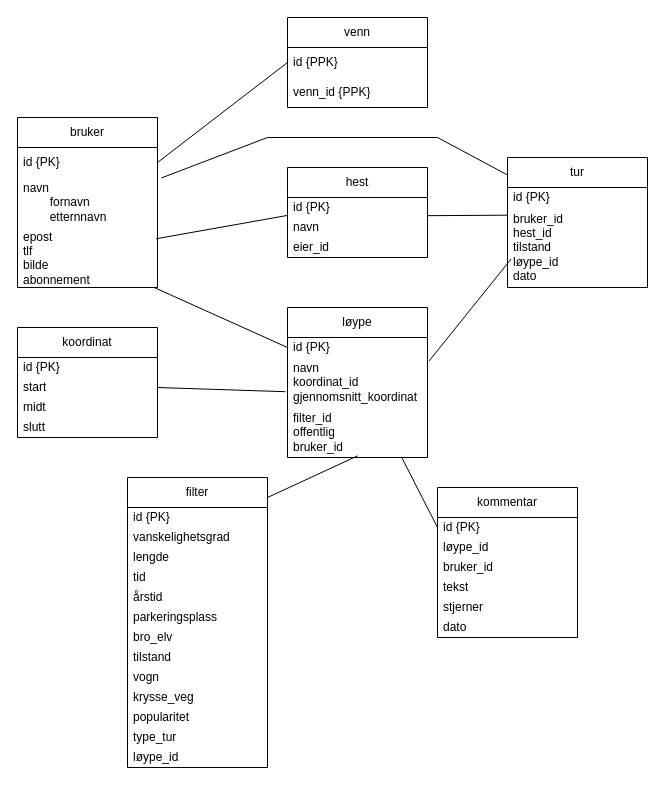
Before: Untitled Diagram.drawio in vildesk/HoplaDrawIO, a draw.io diagram. Source tidied: cells renumbered, new cells numbered last; positions are measured from the earlier drawing's top-left corner, leaving out a move shared by most shapes. Both pictures are drawn from the tidied source at 100%, with x=0, y=0 at pixel (17, 17).
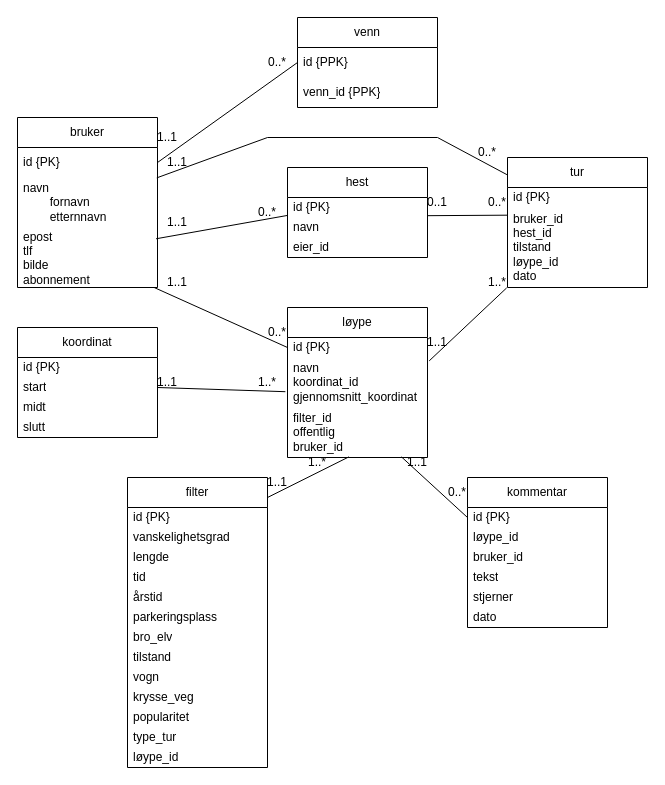
After the change.

Unchanged cells that the change refers to:
```xml
<mxCell id="4" value="navn&amp;nbsp;&lt;div&gt;&lt;span style=&quot;white-space: pre;&quot;&gt;&#9;&lt;/span&gt;fornavn&lt;br&gt;&lt;/div&gt;&lt;div&gt;&lt;span style=&quot;white-space: pre;&quot;&gt;&#9;&lt;/span&gt;etternnavn&lt;br&gt;&lt;/div&gt;" style="text;strokeColor=none;fillColor=none;align=left;verticalAlign=middle;spacingLeft=4;spacingRight=4;overflow=hidden;points=[[0,0.5],[1,0.5]];portConstraint=eastwest;whiteSpace=wrap;html=1;" parent="2" vertex="1">
  <mxGeometry y="60" width="140" height="50" as="geometry" />
</mxCell>
<mxCell id="9" value="tur" style="swimlane;fontStyle=0;horizontal=1;startSize=30;whiteSpace=wrap;html=1;" parent="1" vertex="1">
  <mxGeometry x="490" y="140" width="140" height="130" as="geometry" />
</mxCell>
<mxCell id="11" value="&lt;div&gt;bruker_id&lt;/div&gt;&lt;div&gt;hest_id&lt;/div&gt;&lt;div&gt;tilstand&lt;/div&gt;&lt;div&gt;løype_id&lt;/div&gt;&lt;div&gt;dato&lt;/div&gt;" style="text;strokeColor=none;fillColor=none;align=left;verticalAlign=middle;spacingLeft=4;spacingRight=4;overflow=hidden;points=[[0,0.5],[1,0.5]];portConstraint=eastwest;whiteSpace=wrap;html=1;" parent="9" vertex="1">
  <mxGeometry y="50" width="140" height="80" as="geometry" />
</mxCell>
<mxCell id="18" value="navn&amp;nbsp;&lt;div&gt;koordinat_id&lt;/div&gt;&lt;div&gt;gjennomsnitt_koordinat&lt;/div&gt;" style="text;strokeColor=none;fillColor=none;align=left;verticalAlign=middle;spacingLeft=4;spacingRight=4;overflow=hidden;points=[[0,0.5],[1,0.5]];portConstraint=eastwest;whiteSpace=wrap;html=1;" parent="16" vertex="1">
  <mxGeometry y="50" width="140" height="50" as="geometry" />
</mxCell>
<mxCell id="19" value="filter_id&lt;div&gt;offentlig&lt;/div&gt;&lt;div&gt;bruker_id&lt;/div&gt;" style="text;strokeColor=none;fillColor=none;align=left;verticalAlign=middle;spacingLeft=4;spacingRight=4;overflow=hidden;points=[[0,0.5],[1,0.5]];portConstraint=eastwest;whiteSpace=wrap;html=1;" parent="16" vertex="1">
  <mxGeometry y="100" width="140" height="50" as="geometry" />
</mxCell>
<mxCell id="25" value="filter" style="swimlane;fontStyle=0;horizontal=1;startSize=30;whiteSpace=wrap;html=1;" parent="1" vertex="1">
  <mxGeometry x="110" y="460" width="140" height="290" as="geometry" />
</mxCell>
```

Change to the diagram source:
```diff
@@
     <mxCell id="6" value="venn" style="swimlane;fontStyle=0;horizontal=1;startSize=30;whiteSpace=wrap;html=1;" parent="1" vertex="1">
-      <mxGeometry x="270" width="140" height="90" as="geometry" />
+      <mxGeometry x="280" width="140" height="90" as="geometry" />
     </mxCell>
@@
     <mxCell id="39" value="kommentar" style="swimlane;fontStyle=0;horizontal=1;startSize=30;whiteSpace=wrap;html=1;" parent="1" vertex="1">
-      <mxGeometry x="420" y="470" width="140" height="150" as="geometry" />
+      <mxGeometry x="450" y="460" width="140" height="150" as="geometry" />
     </mxCell>
@@
-    <mxCell id="47" style="endArrow=none;html=1;rounded=0;entryX=1;entryY=0.069;entryDx=0;entryDy=0;entryPerimeter=0;exitX=0.501;exitY=0.967;exitDx=0;exitDy=0;exitPerimeter=0;" parent="1" edge="1" source="19" target="25">
+    <mxCell id="47" style="endArrow=none;html=1;rounded=0;entryX=1;entryY=0.069;entryDx=0;entryDy=0;entryPerimeter=0;exitX=0.439;exitY=0.987;exitDx=0;exitDy=0;exitPerimeter=0;" parent="1" edge="1" source="19" target="25">
       <mxGeometry relative="1" as="geometry" />
     </mxCell>
@@
-    <mxCell id="52" style="endArrow=none;html=1;rounded=0;exitX=1.028;exitY=0.009;exitDx=0;exitDy=0;exitPerimeter=0;entryX=-0.004;entryY=0.132;entryDx=0;entryDy=0;entryPerimeter=0;" parent="1" edge="1" source="4" target="9">
+    <mxCell id="52" style="endArrow=none;html=1;rounded=0;exitX=0.995;exitY=0.007;exitDx=0;exitDy=0;exitPerimeter=0;entryX=-0.004;entryY=0.132;entryDx=0;entryDy=0;entryPerimeter=0;" parent="1" edge="1" source="4" target="9">
       <mxGeometry relative="1" as="geometry">
         <Array as="points">
           <mxPoint x="250" y="120" />
           <mxPoint x="420" y="120" />
         </Array>
       </mxGeometry>
     </mxCell>
@@
-    <mxCell id="54" style="endArrow=none;html=1;rounded=0;entryX=0.026;entryY=0.643;entryDx=0;entryDy=0;entryPerimeter=0;exitX=1.012;exitY=0.068;exitDx=0;exitDy=0;exitPerimeter=0;" parent="1" edge="1" source="18" target="11">
+    <mxCell id="54" style="endArrow=none;html=1;rounded=0;entryX=-0.006;entryY=1.005;entryDx=0;entryDy=0;entryPerimeter=0;exitX=1.012;exitY=0.068;exitDx=0;exitDy=0;exitPerimeter=0;" parent="1" edge="1" source="18" target="11">
       <mxGeometry relative="1" as="geometry" />
     </mxCell>
+    <mxCell id="55" value="1..1" style="text;html=1;align=center;verticalAlign=middle;whiteSpace=wrap;rounded=0;" parent="1" vertex="1">
+      <mxGeometry x="120" y="110" width="60" height="20" as="geometry" />
+    </mxCell>
+    <mxCell id="56" value="0..*" style="text;html=1;align=center;verticalAlign=middle;whiteSpace=wrap;rounded=0;" parent="1" vertex="1">
+      <mxGeometry x="230" y="30" width="60" height="30" as="geometry" />
+    </mxCell>
+    <mxCell id="57" value="1..1" style="text;html=1;align=center;verticalAlign=middle;whiteSpace=wrap;rounded=0;" parent="1" vertex="1">
+      <mxGeometry x="130" y="130" width="60" height="30" as="geometry" />
+    </mxCell>
+    <mxCell id="58" value="0..*" style="text;html=1;align=center;verticalAlign=middle;whiteSpace=wrap;rounded=0;" parent="1" vertex="1">
+      <mxGeometry x="440" y="120" width="60" height="30" as="geometry" />
+    </mxCell>
+    <mxCell id="59" value="1..1" style="text;html=1;align=center;verticalAlign=middle;whiteSpace=wrap;rounded=0;" parent="1" vertex="1">
+      <mxGeometry x="130" y="190" width="60" height="30" as="geometry" />
+    </mxCell>
+    <mxCell id="60" value="0..*" style="text;html=1;align=center;verticalAlign=middle;whiteSpace=wrap;rounded=0;" parent="1" vertex="1">
+      <mxGeometry x="220" y="180" width="60" height="30" as="geometry" />
+    </mxCell>
+    <mxCell id="61" value="0..1" style="text;html=1;align=center;verticalAlign=middle;whiteSpace=wrap;rounded=0;" parent="1" vertex="1">
+      <mxGeometry x="390" y="170" width="60" height="30" as="geometry" />
+    </mxCell>
+    <mxCell id="62" value="0..*" style="text;html=1;align=center;verticalAlign=middle;whiteSpace=wrap;rounded=0;" parent="1" vertex="1">
+      <mxGeometry x="450" y="170" width="60" height="30" as="geometry" />
+    </mxCell>
+    <mxCell id="63" value="1..*" style="text;html=1;align=center;verticalAlign=middle;whiteSpace=wrap;rounded=0;" parent="1" vertex="1">
+      <mxGeometry x="450" y="250" width="60" height="30" as="geometry" />
+    </mxCell>
+    <mxCell id="64" value="1..1" style="text;html=1;align=center;verticalAlign=middle;whiteSpace=wrap;rounded=0;" parent="1" vertex="1">
+      <mxGeometry x="390" y="310" width="60" height="30" as="geometry" />
+    </mxCell>
+    <mxCell id="65" value="0..*" style="text;html=1;align=center;verticalAlign=middle;whiteSpace=wrap;rounded=0;" parent="1" vertex="1">
+      <mxGeometry x="230" y="300" width="60" height="30" as="geometry" />
+    </mxCell>
+    <mxCell id="66" value="1..1" style="text;html=1;align=center;verticalAlign=middle;whiteSpace=wrap;rounded=0;" parent="1" vertex="1">
+      <mxGeometry x="130" y="250" width="60" height="30" as="geometry" />
+    </mxCell>
+    <mxCell id="67" value="1..1" style="text;html=1;align=center;verticalAlign=middle;whiteSpace=wrap;rounded=0;" parent="1" vertex="1">
+      <mxGeometry x="120" y="350" width="60" height="30" as="geometry" />
+    </mxCell>
+    <mxCell id="68" value="1..*" style="text;html=1;align=center;verticalAlign=middle;whiteSpace=wrap;rounded=0;" parent="1" vertex="1">
+      <mxGeometry x="220" y="350" width="60" height="30" as="geometry" />
+    </mxCell>
+    <mxCell id="69" value="1..1" style="text;html=1;align=center;verticalAlign=middle;whiteSpace=wrap;rounded=0;" parent="1" vertex="1">
+      <mxGeometry x="230" y="450" width="60" height="30" as="geometry" />
+    </mxCell>
+    <mxCell id="70" value="1..*" style="text;html=1;align=center;verticalAlign=middle;whiteSpace=wrap;rounded=0;" parent="1" vertex="1">
+      <mxGeometry x="270" y="430" width="60" height="30" as="geometry" />
+    </mxCell>
+    <mxCell id="71" value="1..1" style="text;html=1;align=center;verticalAlign=middle;whiteSpace=wrap;rounded=0;" parent="1" vertex="1">
+      <mxGeometry x="370" y="430" width="60" height="30" as="geometry" />
+    </mxCell>
+    <mxCell id="72" value="0..*" style="text;html=1;align=center;verticalAlign=middle;whiteSpace=wrap;rounded=0;" parent="1" vertex="1">
+      <mxGeometry x="410" y="460" width="60" height="30" as="geometry" />
+    </mxCell>
```
